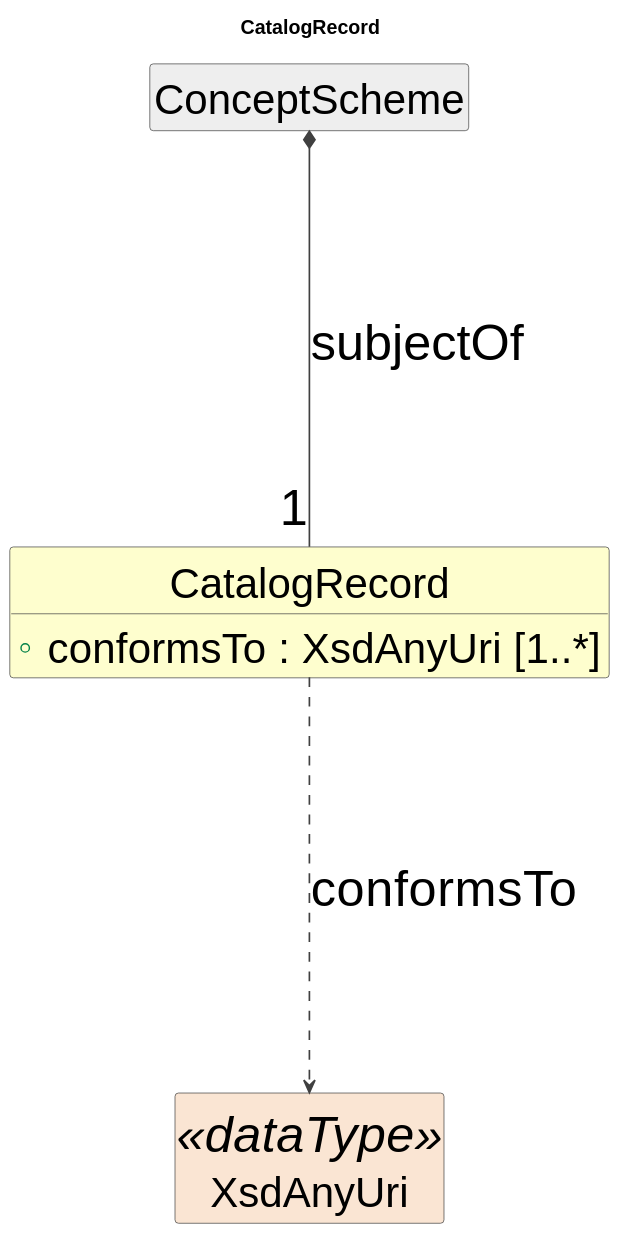
Cross-Domain-Interoperability-Framework/metadataBuildingBlocks keeps this PlantUML diagram as cdif-uml-model/_plantuml/cdifCodelist/Classes/CatalogRecord.svg. Above is the earlier version.
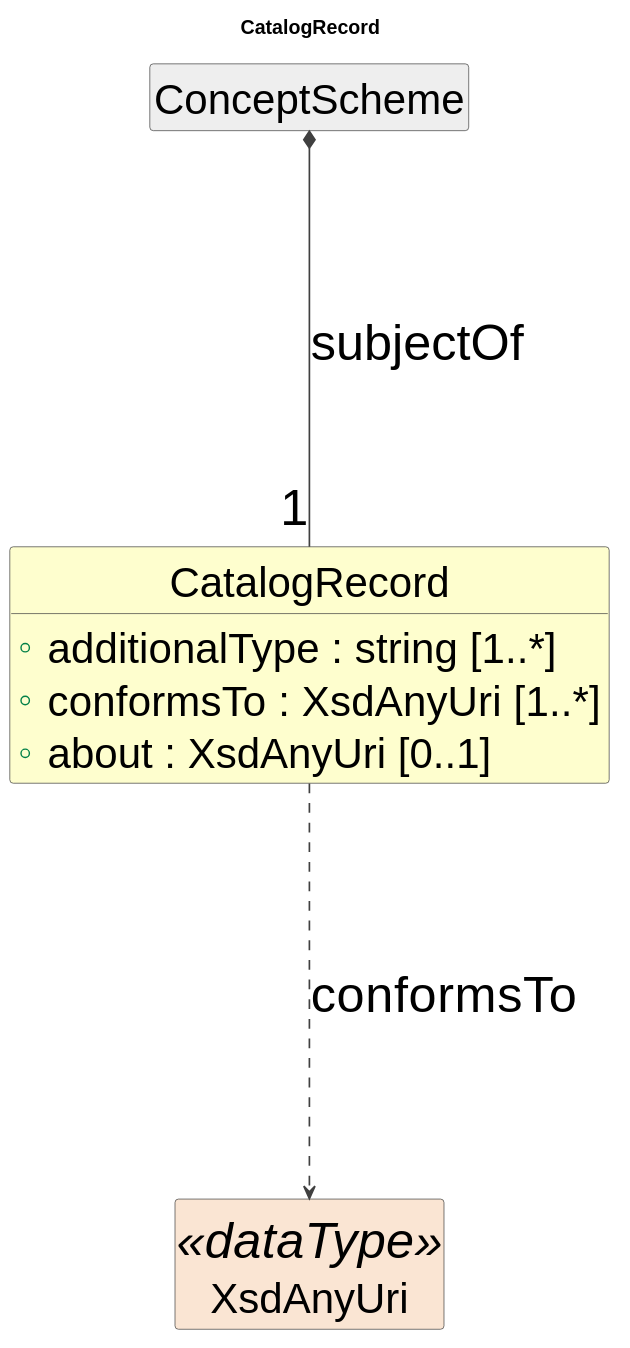
After the commit.

Change to the diagram source:
```diff
@@ -15,7 +15,9 @@
 }
 
 class "CatalogRecord" as CatalogRecord #FEFECE {
+  +additionalType : string [1..*]
   +conformsTo : XsdAnyUri [1..*]
+  +about : XsdAnyUri [0..1]
 }
 class "ConceptScheme" as ConceptScheme #EEEEEE
 ConceptScheme *-- "1" CatalogRecord : subjectOf
```
